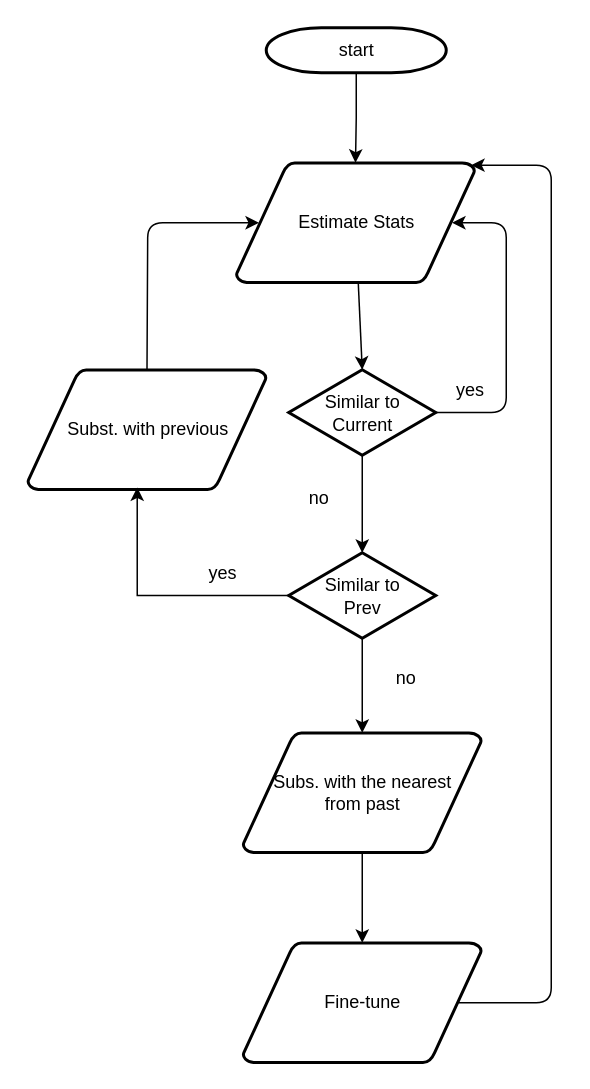
Earlier version of the draw.io diagram algorithmic.drawio (slahmer97/costoflearning). Source tidied: cells renumbered, new cells numbered last; positions are measured from the earlier drawing's top-left corner, leaving out a move shared by most shapes. Both pictures are drawn from the tidied source at 150%, with x=0, y=0 at pixel (27, 27).
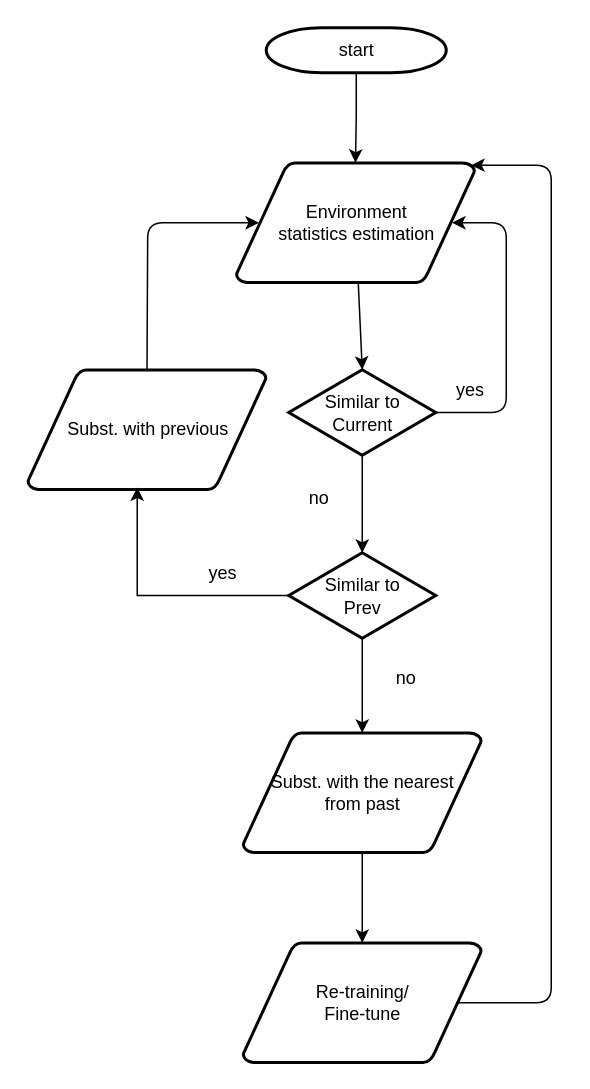
The same page after the edit.

Change to the diagram source:
```diff
@@
-    <mxCell id="4" value="Estimate Stats" style="shape=mxgraph.flowchart.data;strokeWidth=2;gradientColor=none;gradientDirection=north;fontStyle=0;html=1;" parent="1" vertex="1">
+    <mxCell id="4" value="&lt;div&gt;Environment &lt;br&gt;&lt;/div&gt;&lt;div&gt;statistics estimation&lt;br&gt;&lt;/div&gt;" style="shape=mxgraph.flowchart.data;strokeWidth=2;gradientColor=none;gradientDirection=north;fontStyle=0;html=1;" parent="1" vertex="1">
       <mxGeometry x="139" y="90" width="159" height="80" as="geometry" />
     </mxCell>
@@
-    <mxCell id="17" value="&lt;div&gt;Subs. with the nearest&lt;/div&gt;&lt;div&gt;from past&lt;br&gt;&lt;/div&gt;" style="shape=mxgraph.flowchart.data;strokeWidth=2;gradientColor=none;gradientDirection=north;fontStyle=0;html=1;" parent="1" vertex="1">
+    <mxCell id="17" value="&lt;div&gt;Subst. with the nearest&lt;/div&gt;&lt;div&gt;from past&lt;br&gt;&lt;/div&gt;" style="shape=mxgraph.flowchart.data;strokeWidth=2;gradientColor=none;gradientDirection=north;fontStyle=0;html=1;" parent="1" vertex="1">
       <mxGeometry x="143.5" y="470" width="159" height="80" as="geometry" />
     </mxCell>
@@
-    <mxCell id="19" value="Fine-tune" style="shape=mxgraph.flowchart.data;strokeWidth=2;gradientColor=none;gradientDirection=north;fontStyle=0;html=1;" parent="1" vertex="1">
+    <mxCell id="19" value="&lt;div&gt;Re-training/&lt;br&gt;&lt;/div&gt;&lt;div&gt;Fine-tune&lt;/div&gt;" style="shape=mxgraph.flowchart.data;strokeWidth=2;gradientColor=none;gradientDirection=north;fontStyle=0;html=1;" parent="1" vertex="1">
       <mxGeometry x="143.5" y="610" width="159" height="80" as="geometry" />
     </mxCell>
```
